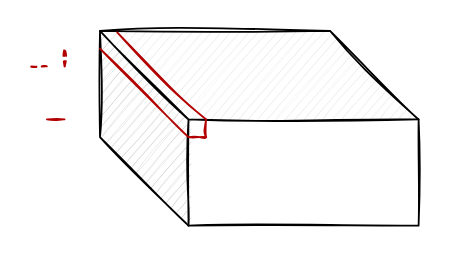
Before: 2022.10.18.drawio in 5huanghuai/Diagram, a draw.io diagram. Source tidied: cells renumbered, new cells numbered last; positions are measured from the earlier drawing's top-left corner, leaving out a move shared by most shapes. Both pictures are drawn from the tidied source at 177%, with x=0, y=0 at pixel (28, 30).
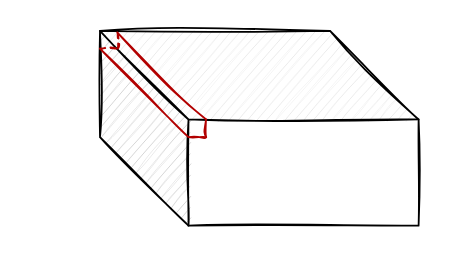
The same diagram, later.

The edit, as a diff of the source:
```diff
@@
 <mxGraphModel>
   <root>
     <mxCell id="0" />
     <mxCell id="1" parent="0" />
     <mxCell id="2" style="shape=cube;whiteSpace=wrap;html=1;boundedLbl=1;backgroundOutline=1;darkOpacity=0.05;darkOpacity2=0.1;size=50;sketch=1;" parent="1" vertex="1">
       <mxGeometry x="40" width="180" height="110" as="geometry" />
     </mxCell>
     <mxCell id="3" style="endArrow=none;html=1;rounded=0;sketch=1;hachureGap=4;jiggle=2;fontFamily=Architects Daughter;fontSize=16;entryX=0.054;entryY=0.007;entryDx=0;entryDy=0;entryPerimeter=0;fillColor=#e51400;strokeColor=#B20000;" parent="1" edge="1" target="2">
       <mxGeometry relative="1" as="geometry">
         <mxPoint x="100" y="50" as="sourcePoint" />
       </mxGeometry>
     </mxCell>
     <mxCell id="4" style="endArrow=none;html=1;rounded=0;sketch=1;hachureGap=4;jiggle=2;fontFamily=Architects Daughter;fontSize=16;entryX=0.083;entryY=0;entryDx=0;entryDy=0;entryPerimeter=0;fillColor=#e51400;strokeColor=#B20000;" parent="1" edge="1">
       <mxGeometry relative="1" as="geometry">
         <mxPoint x="90" y="60" as="sourcePoint" />
         <mxPoint x="40" y="10" as="targetPoint" />
       </mxGeometry>
     </mxCell>
     <mxCell id="5" style="endArrow=none;html=1;rounded=0;sketch=1;hachureGap=4;jiggle=2;fontFamily=Architects Daughter;fontSize=16;fillColor=#e51400;strokeColor=#B20000;" parent="1" edge="1">
       <mxGeometry relative="1" as="geometry">
         <mxPoint x="100" y="60" as="sourcePoint" />
         <mxPoint x="99.9" y="50" as="targetPoint" />
       </mxGeometry>
     </mxCell>
     <mxCell id="6" style="endArrow=none;html=1;rounded=0;sketch=1;hachureGap=4;jiggle=2;fontFamily=Architects Daughter;fontSize=16;fillColor=#e51400;strokeColor=#B20000;" parent="1" edge="1">
       <mxGeometry relative="1" as="geometry">
         <mxPoint x="100" y="60" as="sourcePoint" />
         <mxPoint x="90" y="60" as="targetPoint" />
       </mxGeometry>
     </mxCell>
     <mxCell id="7" style="endArrow=none;dashed=1;html=1;rounded=0;sketch=1;hachureGap=4;jiggle=2;fontFamily=Architects Daughter;fontSize=16;fillColor=#e51400;strokeColor=#B20000;" parent="1" edge="1">
       <mxGeometry relative="1" as="geometry">
-        <mxPoint x="20" y="20" as="sourcePoint" />
-        <mxPoint x="20" y="10" as="targetPoint" />
+        <mxPoint x="40" y="10" as="sourcePoint" />
+        <mxPoint x="50" as="targetPoint" />
+        <Array as="points">
+          <mxPoint x="50" y="10" />
+          <mxPoint x="50" />
+        </Array>
       </mxGeometry>
     </mxCell>
-    <mxCell id="8" style="endArrow=none;html=1;rounded=0;sketch=1;hachureGap=4;jiggle=2;fontFamily=Architects Daughter;fontSize=16;fillColor=#e51400;strokeColor=#B20000;" parent="1" edge="1">
-      <mxGeometry relative="1" as="geometry">
-        <mxPoint x="20" y="50" as="sourcePoint" />
-        <mxPoint x="10" y="50" as="targetPoint" />
-      </mxGeometry>
-    </mxCell>
-    <mxCell id="9" style="endArrow=none;dashed=1;html=1;rounded=0;sketch=1;hachureGap=4;jiggle=2;fontFamily=Architects Daughter;fontSize=16;fillColor=#e51400;strokeColor=#B20000;" parent="1" edge="1">
-      <mxGeometry relative="1" as="geometry">
-        <mxPoint x="10" y="20" as="sourcePoint" />
-        <mxPoint y="20" as="targetPoint" />
-      </mxGeometry>
-    </mxCell>
-    <mxCell id="10" style="endArrow=none;dashed=1;html=1;rounded=0;sketch=1;hachureGap=4;jiggle=2;fontFamily=Architects Daughter;fontSize=16;fillColor=#e51400;strokeColor=#B20000;" parent="1" edge="1">
-      <mxGeometry relative="1" as="geometry">
-        <mxPoint x="20" y="20" as="sourcePoint" />
-        <mxPoint x="20" y="10" as="targetPoint" />
-      </mxGeometry>
-    </mxCell>
   </root>
 </mxGraphModel>
```
